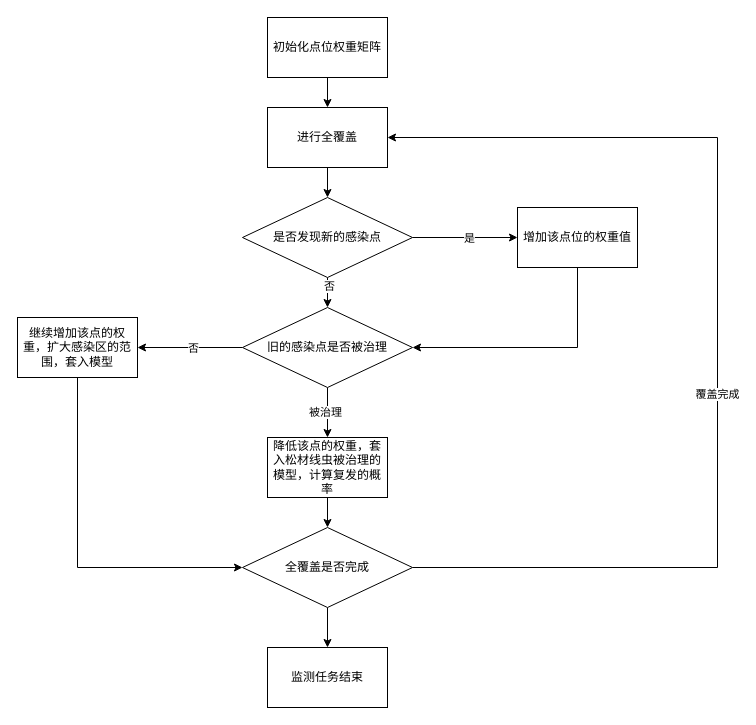
Before: 松材线虫检测权重矩阵更新.drawio in AGUANX/draw, a draw.io diagram. Source tidied: cells renumbered, new cells numbered last; positions are measured from the earlier drawing's top-left corner, leaving out a move shared by most shapes. Both pictures are drawn from the tidied source at 100%, with x=0, y=0 at pixel (17, 17).
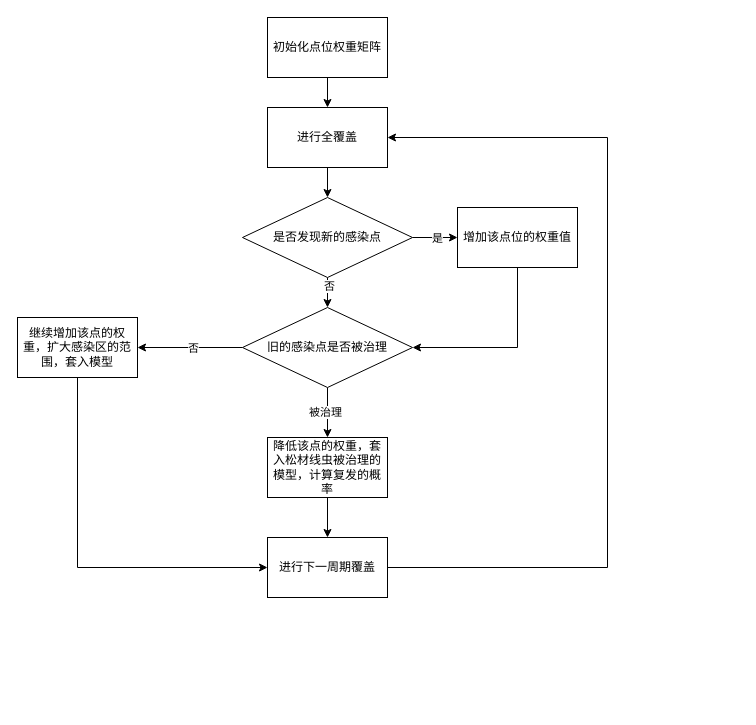
Above is the later version.

Commit message:
初版框架图

Unchanged cells that the change refers to:
```xml
<mxCell id="5" value="进行全覆盖" style="whiteSpace=wrap;html=1;rounded=0;" parent="1" vertex="1">
  <mxGeometry x="250" y="90" width="120" height="60" as="geometry" />
</mxCell>
<mxCell id="15" value="旧的感染点是否被治理" style="rhombus;whiteSpace=wrap;html=1;rounded=0;" parent="1" vertex="1">
  <mxGeometry x="225" y="290" width="170" height="80" as="geometry" />
</mxCell>
<mxCell id="19" value="继续增加该点的权重，扩大感染区的范围，套入模型" style="whiteSpace=wrap;html=1;rounded=0;" parent="1" vertex="1">
  <mxGeometry y="300" width="120" height="60" as="geometry" />
</mxCell>
<mxCell id="21" value="降低该点的权重，套入松材线虫被治理的模型，计算复发的概率" style="whiteSpace=wrap;html=1;rounded=0;" parent="1" vertex="1">
  <mxGeometry x="250" y="420" width="120" height="60" as="geometry" />
</mxCell>
```

Change to the diagram source:
```diff
@@
     <mxCell id="16" style="edgeStyle=orthogonalEdgeStyle;rounded=0;jettySize=auto;html=1;" parent="1" edge="1" source="17" target="15">
       <mxGeometry relative="1" as="geometry">
         <Array as="points">
-          <mxPoint x="560" y="330" />
+          <mxPoint x="500" y="330" />
         </Array>
       </mxGeometry>
     </mxCell>
     <mxCell id="17" value="增加该点位的权重值" style="whiteSpace=wrap;html=1;rounded=0;" parent="1" vertex="1">
-      <mxGeometry x="500" y="190" width="120" height="60" as="geometry" />
+      <mxGeometry x="440" y="190" width="120" height="60" as="geometry" />
     </mxCell>
-    <mxCell id="18" style="edgeStyle=orthogonalEdgeStyle;rounded=0;jettySize=auto;html=1;" parent="1" edge="1" source="19" target="25">
+    <mxCell id="18" style="edgeStyle=orthogonalEdgeStyle;rounded=0;jettySize=auto;html=1;" parent="1" edge="1" source="19" target="27">
       <mxGeometry relative="1" as="geometry">
         <Array as="points">
           <mxPoint x="60" y="550" />
         </Array>
       </mxGeometry>
     </mxCell>
@@
-    <mxCell id="20" style="edgeStyle=orthogonalEdgeStyle;rounded=0;jettySize=auto;html=1;entryX=0.5;entryY=0;entryDx=0;entryDy=0;" parent="1" edge="1" source="21" target="25">
+    <mxCell id="20" style="edgeStyle=orthogonalEdgeStyle;rounded=0;jettySize=auto;html=1;entryX=0.5;entryY=0;entryDx=0;entryDy=0;" parent="1" edge="1" source="21" target="27">
       <mxGeometry relative="1" as="geometry" />
     </mxCell>
@@
-    <mxCell id="22" style="edgeStyle=orthogonalEdgeStyle;rounded=0;jettySize=auto;html=1;" parent="1" edge="1" source="25" target="5">
+    <mxCell id="22" style="edgeStyle=orthogonalEdgeStyle;rounded=0;jettySize=auto;html=1;entryX=1;entryY=0.5;entryDx=0;entryDy=0;" parent="1" edge="1" source="27" target="5">
       <mxGeometry relative="1" as="geometry">
         <Array as="points">
-          <mxPoint x="700" y="550" />
-          <mxPoint x="700" y="120" />
+          <mxPoint x="590" y="550" />
+          <mxPoint x="590" y="120" />
         </Array>
       </mxGeometry>
     </mxCell>
-    <mxCell id="23" value="覆盖完成" style="edgeLabel;html=1;align=center;verticalAlign=middle;" parent="22" vertex="1">
-      <mxGeometry x="-0.1" y="1" relative="1" as="geometry" />
-    </mxCell>
-    <mxCell id="24" style="edgeStyle=orthogonalEdgeStyle;rounded=0;jettySize=auto;html=1;" parent="1" edge="1" source="25" target="26">
-      <mxGeometry relative="1" as="geometry" />
-    </mxCell>
-    <mxCell id="25" value="全覆盖是否完成" style="rhombus;whiteSpace=wrap;html=1;rounded=0;" parent="1" vertex="1">
-      <mxGeometry x="225" y="510" width="170" height="80" as="geometry" />
-    </mxCell>
-    <mxCell id="26" value="监测任务结束" style="whiteSpace=wrap;html=1;rounded=0;" parent="1" vertex="1">
-      <mxGeometry x="250" y="630" width="120" height="60" as="geometry" />
-    </mxCell>
+    <mxCell id="27" value="进行下一周期覆盖" style="rounded=0;whiteSpace=wrap;html=1;" parent="1" vertex="1">
+      <mxGeometry x="250" y="520" width="120" height="60" as="geometry" />
+    </mxCell>
```
